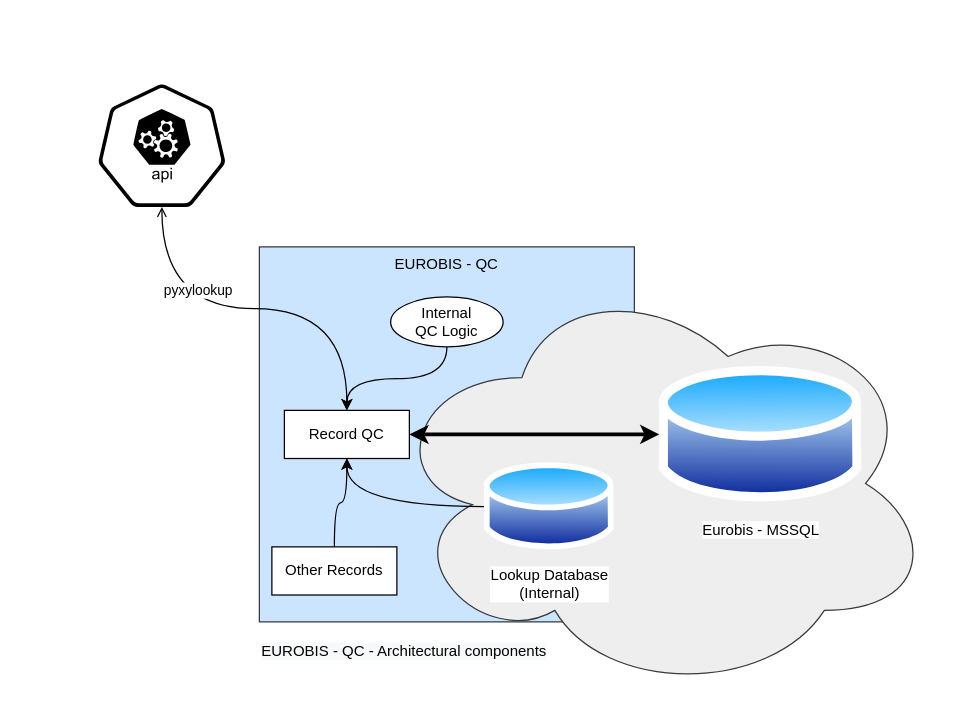
Before: resources/Architecture.drawio in anfe67/EUROBIS-QC, a draw.io diagram. Source tidied: cells renumbered, new cells numbered last; positions are measured from the earlier drawing's top-left corner, leaving out a move shared by most shapes. Both pictures are drawn from the tidied source at 125%, with x=0, y=0 at pixel (21, 84).
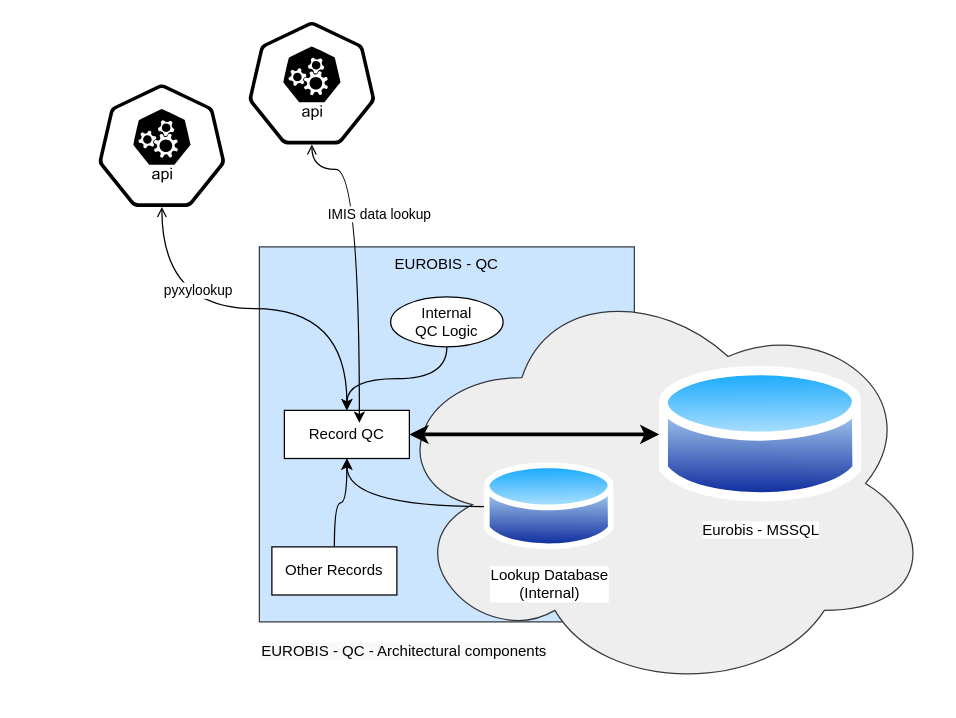
After the change.

Change to the diagram source:
```diff
@@
+    <mxCell id="17" style="html=1;dashed=0;whitespace=wrap;points=[[0.005,0.63,0],[0.1,0.2,0],[0.9,0.2,0],[0.5,0,0],[0.995,0.63,0],[0.72,0.99,0],[0.5,1,0],[0.28,0.99,0]];shape=mxgraph.kubernetes.icon;prIcon=api;" parent="1" vertex="1">
+      <mxGeometry x="120" y="-50" width="224" height="98" as="geometry" />
+    </mxCell>
+    <mxCell id="18" style="edgeStyle=orthogonalEdgeStyle;curved=1;rounded=0;jettySize=auto;html=1;startArrow=open;startFill=0;exitX=0.5;exitY=1;exitDx=0;exitDy=0;exitPerimeter=0;" parent="1" edge="1" source="17">
+      <mxGeometry relative="1" as="geometry">
+        <mxPoint x="270" y="270.8" as="targetPoint" />
+        <Array as="points">
+          <mxPoint x="270" y="68" />
+        </Array>
+      </mxGeometry>
+    </mxCell>
+    <mxCell id="19" value="IMIS data lookup" style="edgeLabel;html=1;align=center;verticalAlign=middle;" parent="18" vertex="1">
+      <mxGeometry x="-0.29" y="15" relative="1" as="geometry" />
+    </mxCell>
```
